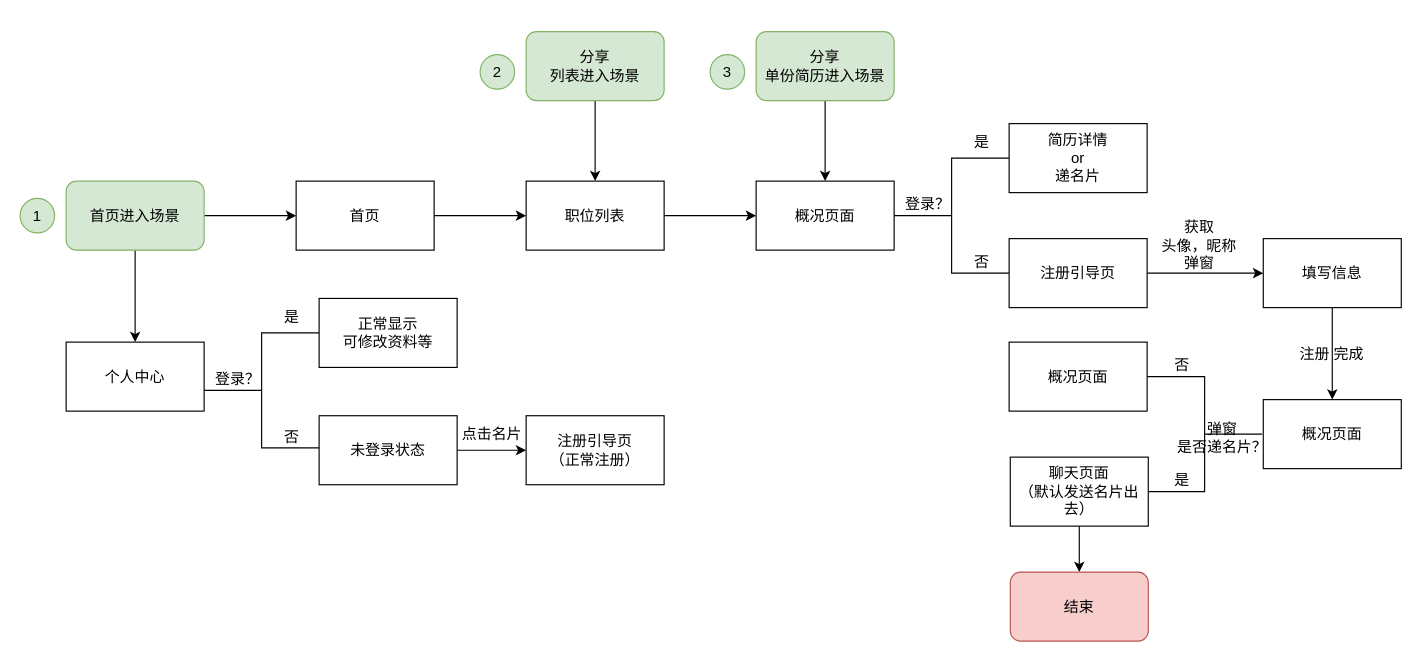
The draw.io diagram 小程序操作流程.drawio in SuJack/www.draw.io, before the edit. Source tidied: cells renumbered, new cells numbered last; positions are measured from the earlier drawing's top-left corner, leaving out a move shared by most shapes. Both pictures are drawn from the tidied source at 115%, with x=0, y=0 at pixel (20, 31).
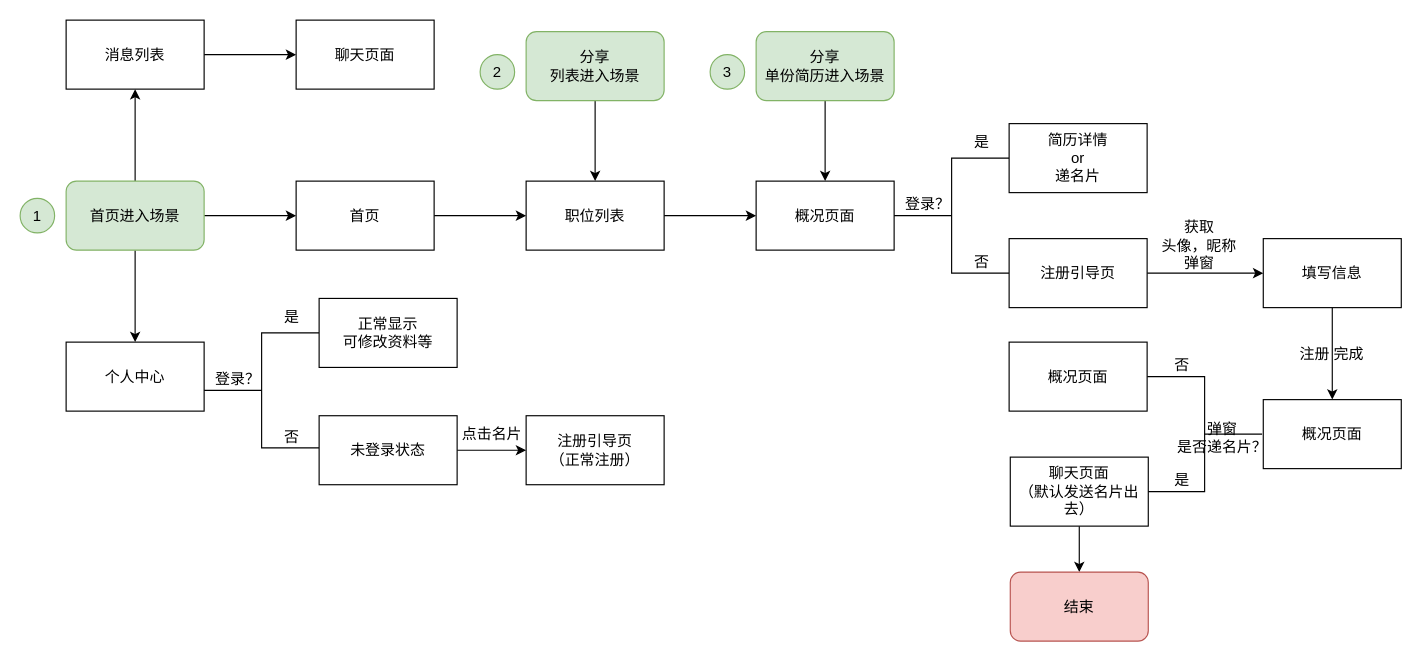
The same page after the edit.

Commit message:
更新小程序操作流程.drawio

The change refers to these unchanged cells:
```xml
<mxCell id="4" value="首页进入场景" style="rounded=1;whiteSpace=wrap;html=1;fillColor=#d5e8d4;strokeColor=#82b366;fontSize=13;" parent="1" vertex="1">
  <mxGeometry x="40" y="130" width="120" height="60" as="geometry" />
</mxCell>
```

What changed in the source:
```diff
@@
+    <mxCell id="47" style="edgeStyle=orthogonalEdgeStyle;rounded=0;jettySize=auto;html=1;fontSize=13;" parent="1" edge="1" source="4">
+      <mxGeometry relative="1" as="geometry">
+        <mxPoint x="100" y="50" as="targetPoint" />
+      </mxGeometry>
+    </mxCell>
@@
+    <mxCell id="48" style="edgeStyle=orthogonalEdgeStyle;rounded=0;jettySize=auto;html=1;fontSize=13;" parent="1" edge="1" source="49" target="50">
+      <mxGeometry relative="1" as="geometry" />
+    </mxCell>
+    <mxCell id="49" value="消息列表" style="rounded=0;whiteSpace=wrap;html=1;fontSize=13;align=center;" parent="1" vertex="1">
+      <mxGeometry x="40" y="-10" width="120" height="60" as="geometry" />
+    </mxCell>
+    <mxCell id="50" value="聊天页面" style="rounded=0;whiteSpace=wrap;html=1;fontSize=13;align=center;" parent="1" vertex="1">
+      <mxGeometry x="240" y="-10" width="120" height="60" as="geometry" />
+    </mxCell>
```
